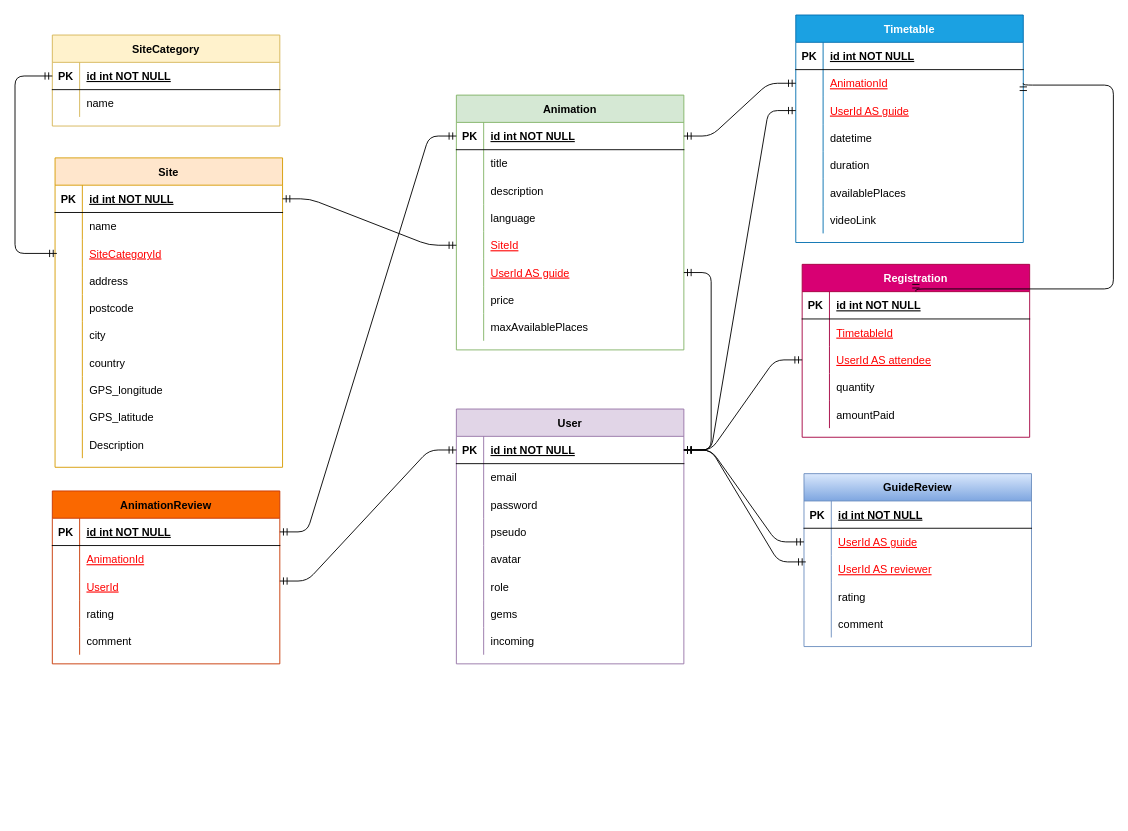
Before: ressources/Untitled Diagram.drawio in DuboisCecile/Checkpoint-4-front, a draw.io diagram. Source tidied: cells renumbered, new cells numbered last; positions are measured from the earlier drawing's top-left corner, leaving out a move shared by most shapes. Both pictures are drawn from the tidied source at 91%, with x=0, y=0 at pixel (15, 15).
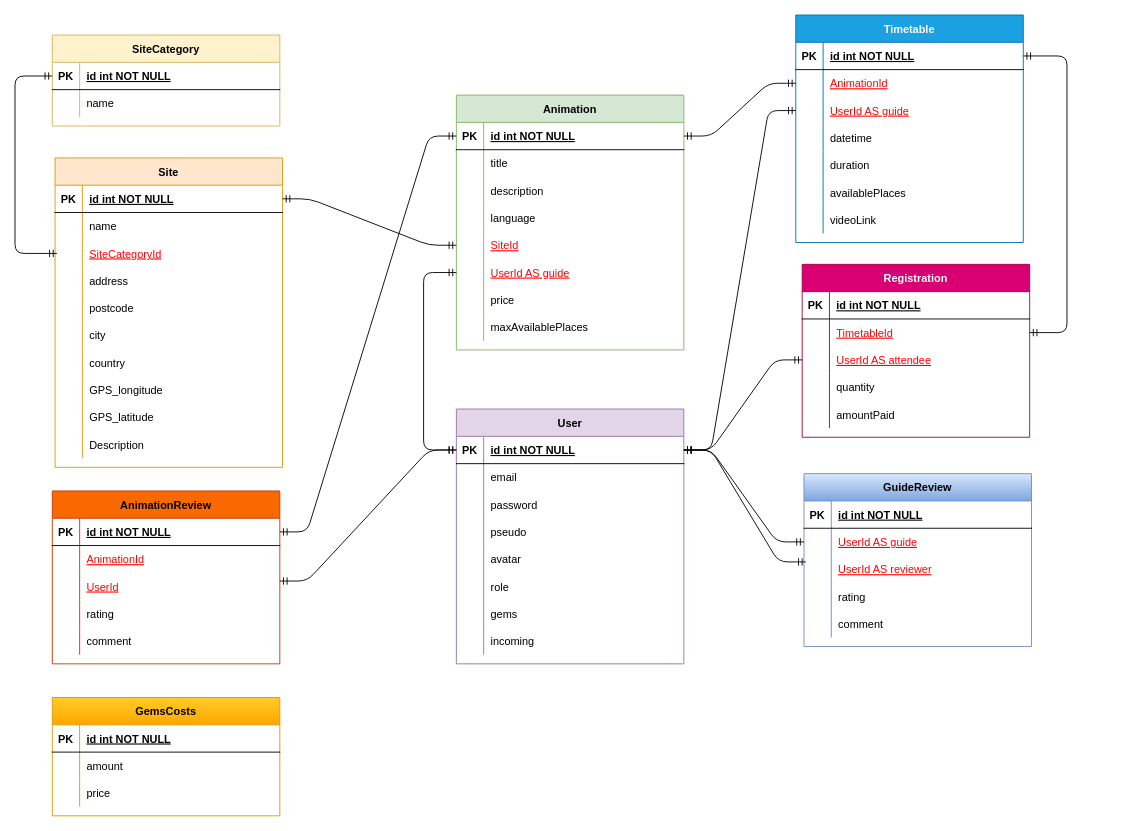
After the change.

Commit message:
Added GemsCost table

The change refers to these unchanged cells:
```xml
<mxCell id="3" style="shape=partialRectangle;fillColor=none;points=[[0,0.5],[1,0.5]];portConstraint=eastwest;top=0;left=0;right=0;bottom=1;" parent="2" vertex="1">
  <mxGeometry y="30" width="250" height="30" as="geometry" />
</mxCell>
<mxCell id="81" style="shape=partialRectangle;fillColor=none;top=0;left=0;bottom=0;right=0;points=[[0,0.5],[1,0.5]];portConstraint=eastwest;" parent="65" vertex="1">
  <mxGeometry y="180" width="250" height="30" as="geometry" />
</mxCell>
<mxCell id="91" style="shape=partialRectangle;fillColor=none;points=[[0,0.5],[1,0.5]];portConstraint=eastwest;top=0;left=0;right=0;bottom=1;" parent="90" vertex="1">
  <mxGeometry y="30" width="250" height="30" as="geometry" />
</mxCell>
<mxCell id="94" style="shape=partialRectangle;fillColor=none;top=0;left=0;bottom=0;right=0;points=[[0,0.5],[1,0.5]];portConstraint=eastwest;" parent="90" vertex="1">
  <mxGeometry y="60" width="250" height="30" as="geometry" />
</mxCell>
<mxCell id="113" style="shape=partialRectangle;fillColor=none;points=[[0,0.5],[1,0.5]];portConstraint=eastwest;top=0;left=0;right=0;bottom=1;" parent="112" vertex="1">
  <mxGeometry y="30" width="250" height="30" as="geometry" />
</mxCell>
<mxCell id="116" style="shape=partialRectangle;fillColor=none;top=0;left=0;bottom=0;right=0;points=[[0,0.5],[1,0.5]];portConstraint=eastwest;" parent="112" vertex="1">
  <mxGeometry y="60" width="250" height="30" as="geometry" />
</mxCell>
```

What changed in the source:
```diff
@@
-    <mxCell id="162" style="edgeStyle=entityRelationEdgeStyle;fontSize=12;html=1;endArrow=ERmandOne;startArrow=ERmandOne;fontColor=#FF0000;" parent="1" edge="1" source="81" target="3">
-      <mxGeometry relative="1" as="geometry" />
+    <mxCell id="162" style="edgeStyle=orthogonalEdgeStyle;fontSize=12;html=1;endArrow=ERmandOne;startArrow=ERmandOne;fontColor=#FF0000;exitX=0;exitY=0.5;exitDx=0;exitDy=0;entryX=0;entryY=0.5;entryDx=0;entryDy=0;" parent="1" edge="1" source="81" target="3">
+      <mxGeometry relative="1" as="geometry">
+        <Array as="points">
+          <mxPoint x="449" y="283" />
+          <mxPoint x="449" y="478" />
+        </Array>
+      </mxGeometry>
     </mxCell>
@@
-    <mxCell id="170" style="edgeStyle=orthogonalEdgeStyle;fontSize=12;html=1;endArrow=ERmandOne;startArrow=ERmandOne;fontColor=#FF0000;exitX=1;exitY=0.5;exitDx=0;exitDy=0;" parent="1" edge="1" source="94" target="113">
-      <mxGeometry relative="1" as="geometry">
-        <Array as="points">
-          <mxPoint x="1108" y="77" />
-          <mxPoint x="1207" y="77" />
-          <mxPoint x="1207" y="301" />
-        </Array>
-      </mxGeometry>
-    </mxCell>
+    <mxCell id="171" value="GemsCosts" style="shape=table;startSize=30;childLayout=tableLayout;rowLines=0;fontStyle=1;align=center;fillColor=#ffcd28;strokeColor=#d79b00;gradientColor=#ffa500;" parent="1" vertex="1">
+      <mxGeometry x="41" y="750" width="250" height="130" as="geometry" />
+    </mxCell>
+    <mxCell id="172" style="shape=partialRectangle;fillColor=none;top=0;left=0;right=0;bottom=1;" parent="171" vertex="1">
+      <mxGeometry y="30" width="250" height="30" as="geometry" />
+    </mxCell>
+    <mxCell id="173" value="PK" style="shape=partialRectangle;overflow=hidden;fillColor=none;top=0;left=0;bottom=0;right=0;fontStyle=1;" parent="172" vertex="1">
+      <mxGeometry width="30" height="30" as="geometry" />
+    </mxCell>
+    <mxCell id="174" value="id int NOT NULL " style="shape=partialRectangle;overflow=hidden;fillColor=none;top=0;left=0;bottom=0;right=0;align=left;spacingLeft=6;fontStyle=5;" parent="172" vertex="1">
+      <mxGeometry x="30" width="220" height="30" as="geometry" />
+    </mxCell>
+    <mxCell id="175" style="shape=partialRectangle;fillColor=none;top=0;left=0;bottom=0;right=0;" parent="171" vertex="1">
+      <mxGeometry y="60" width="250" height="30" as="geometry" />
+    </mxCell>
+    <mxCell id="176" style="shape=partialRectangle;fillColor=none;top=0;left=0;bottom=0;right=0;overflow=hidden;" parent="175" vertex="1">
+      <mxGeometry width="30" height="30" as="geometry" />
+    </mxCell>
+    <mxCell id="177" value="amount" style="shape=partialRectangle;fillColor=none;top=0;left=0;bottom=0;right=0;align=left;spacingLeft=6;overflow=hidden;" parent="175" vertex="1">
+      <mxGeometry x="30" width="220" height="30" as="geometry" />
+    </mxCell>
+    <mxCell id="178" style="shape=partialRectangle;fillColor=none;top=0;left=0;bottom=0;right=0;" parent="171" vertex="1">
+      <mxGeometry y="90" width="250" height="30" as="geometry" />
+    </mxCell>
+    <mxCell id="179" style="shape=partialRectangle;fillColor=none;top=0;left=0;bottom=0;right=0;overflow=hidden;" parent="178" vertex="1">
+      <mxGeometry width="30" height="30" as="geometry" />
+    </mxCell>
+    <mxCell id="180" value="price" style="shape=partialRectangle;fillColor=none;top=0;left=0;bottom=0;right=0;align=left;spacingLeft=6;overflow=hidden;" parent="178" vertex="1">
+      <mxGeometry x="30" width="220" height="30" as="geometry" />
+    </mxCell>
+    <mxCell id="181" style="edgeStyle=orthogonalEdgeStyle;fontSize=12;html=1;endArrow=ERmandOne;startArrow=ERmandOne;fontColor=#FF0000;exitX=1;exitY=0.5;exitDx=0;exitDy=0;entryX=1;entryY=0.5;entryDx=0;entryDy=0;" parent="1" edge="1" source="91" target="116">
+      <mxGeometry relative="1" as="geometry">
+        <Array as="points">
+          <mxPoint x="1156" y="45" />
+          <mxPoint x="1156" y="349" />
+        </Array>
+      </mxGeometry>
+    </mxCell>
```
